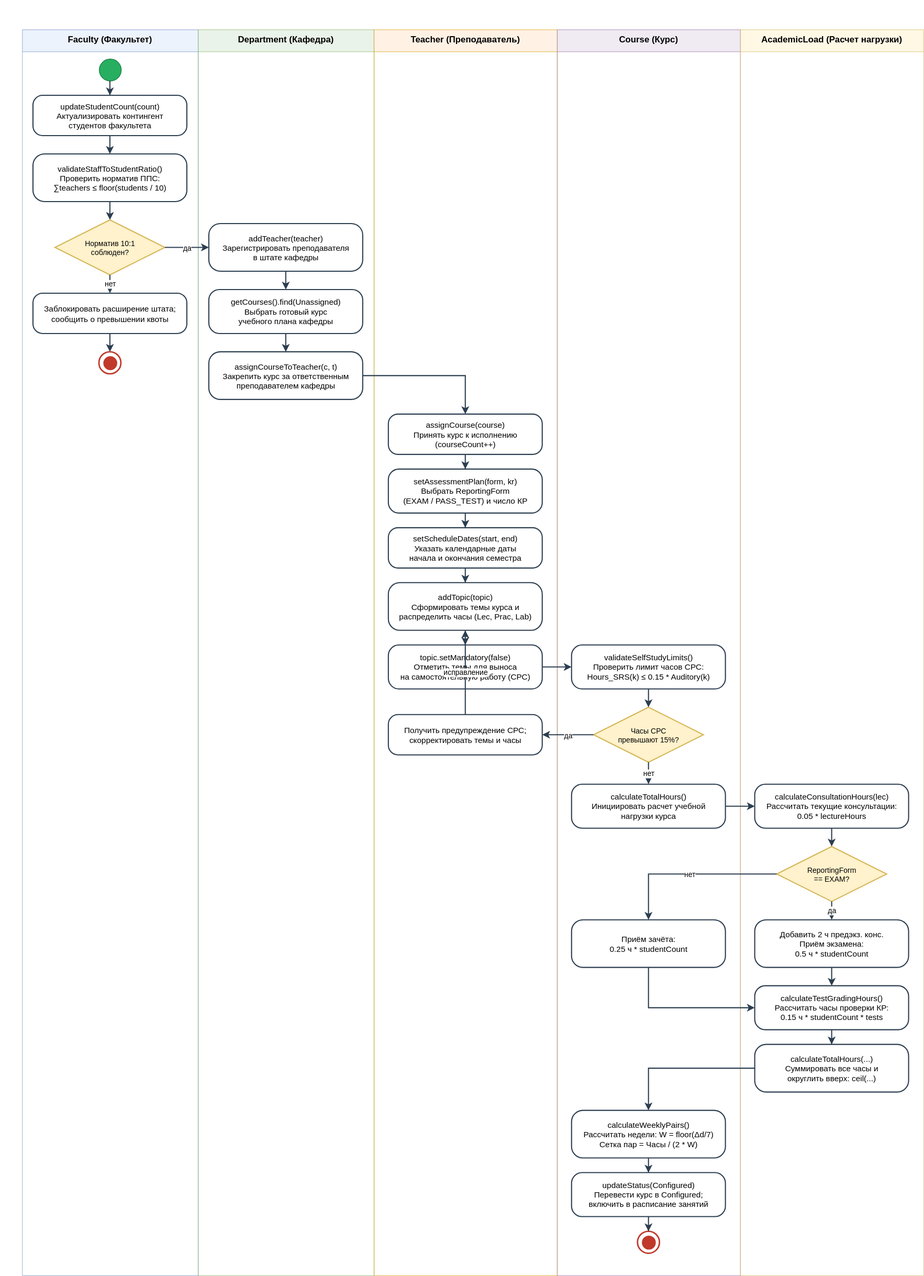
Above: lab-3/activity_diagram.drawio.svg in NomenConservandum/informational-systems-and-design-lab-exercises (draw.io), before the change. Source tidied: cells renumbered, new cells last; positions are measured from the earlier drawing's top-left corner, leaving out a move shared by most shapes.
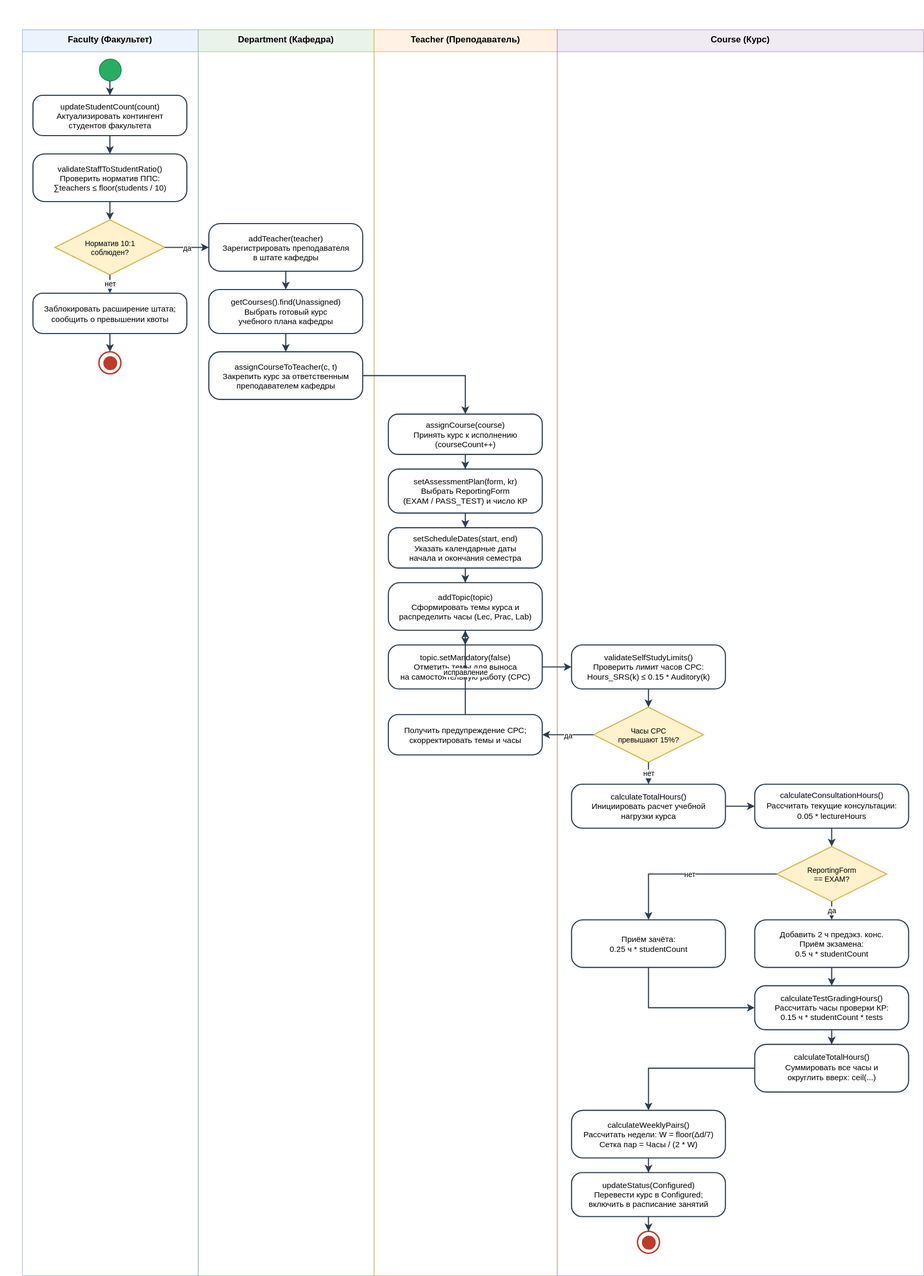
After the commit.

What changed in the source:
```diff
@@ -15,11 +15,8 @@
       <mxGeometry x="510" y="40" width="250" height="1700" as="geometry" />
     </mxCell>
     <mxCell id="6" value="Course (Курс)" style="swimlane;startSize=30;fontStyle=1;align=center;verticalAlign=top;horizontal=1;html=0;fillColor=#e1d5e7;strokeColor=#9673a6;opacity=50;fontFamily=Helvetica;fontSize=12;" parent="1" vertex="1">
-      <mxGeometry x="760" y="40" width="250" height="1700" as="geometry" />
+      <mxGeometry x="760" y="40" width="500" height="1700" as="geometry" />
     </mxCell>
-    <mxCell id="7" value="AcademicLoad (Расчет нагрузки)" style="swimlane;startSize=30;fontStyle=1;align=center;verticalAlign=top;horizontal=1;html=0;fillColor=#fff2cc;strokeColor=#d6b656;opacity=50;fontFamily=Helvetica;fontSize=12;" parent="1" vertex="1">
-      <mxGeometry x="1010" y="40" width="250" height="1700" as="geometry" />
-    </mxCell>
     <mxCell id="8" style="ellipse;fillColor=#27AE60;strokeColor=#1E8449;" parent="1" vertex="1">
       <mxGeometry x="135" y="80" width="30" height="30" as="geometry" />
     </mxCell>
@@ -77,7 +74,7 @@
     <mxCell id="26" value="calculateTotalHours()&#10;Инициировать расчет учебной&#10;нагрузки курса" style="rounded=1;whiteSpace=wrap;html=0;arcSize=24;fillColor=#ffffff;strokeColor=#2C3E50;strokeWidth=1.5;fontFamily=Helvetica;fontSize=11;align=center;" parent="1" vertex="1">
       <mxGeometry x="780" y="1070" width="210" height="60" as="geometry" />
     </mxCell>
-    <mxCell id="27" value="calculateConsultationHours(lec)&#10;Рассчитать текущие консультации:&#10;0.05 * lectureHours" style="rounded=1;whiteSpace=wrap;html=0;arcSize=24;fillColor=#ffffff;strokeColor=#2C3E50;strokeWidth=1.5;fontFamily=Helvetica;fontSize=11;align=center;" parent="1" vertex="1">
+    <mxCell id="27" value="calculateConsultationHours()&#10;Рассчитать текущие консультации:&#10;0.05 * lectureHours" style="rounded=1;whiteSpace=wrap;html=0;arcSize=24;fillColor=#ffffff;strokeColor=#2C3E50;strokeWidth=1.5;fontFamily=Helvetica;fontSize=11;align=center;" parent="1" vertex="1">
       <mxGeometry x="1030" y="1070" width="210" height="60" as="geometry" />
     </mxCell>
     <mxCell id="28" value="ReportingForm&#10;== EXAM?" style="rhombus;whiteSpace=wrap;html=0;fillColor=#fff2cc;strokeColor=#d6b656;strokeWidth=1.5;fontFamily=Helvetica;fontSize=10;align=center;" parent="1" vertex="1">
@@ -92,7 +89,7 @@
     <mxCell id="31" value="calculateTestGradingHours()&#10;Рассчитать часы проверки КР:&#10;0.15 ч * studentCount * tests" style="rounded=1;whiteSpace=wrap;html=0;arcSize=24;fillColor=#ffffff;strokeColor=#2C3E50;strokeWidth=1.5;fontFamily=Helvetica;fontSize=11;align=center;" parent="1" vertex="1">
       <mxGeometry x="1030" y="1345" width="210" height="60" as="geometry" />
     </mxCell>
-    <mxCell id="32" value="calculateTotalHours(...)&#10;Суммировать все часы и&#10;округлить вверх: ceil(...)" style="rounded=1;whiteSpace=wrap;html=0;arcSize=24;fillColor=#ffffff;strokeColor=#2C3E50;strokeWidth=1.5;fontFamily=Helvetica;fontSize=11;align=center;" parent="1" vertex="1">
+    <mxCell id="32" value="calculateTotalHours()&#10;Суммировать все часы и&#10;округлить вверх: ceil(...)" style="rounded=1;whiteSpace=wrap;html=0;arcSize=24;fillColor=#ffffff;strokeColor=#2C3E50;strokeWidth=1.5;fontFamily=Helvetica;fontSize=11;align=center;" parent="1" vertex="1">
       <mxGeometry x="1030" y="1425" width="210" height="65" as="geometry" />
     </mxCell>
     <mxCell id="33" value="calculateWeeklyPairs()&#10;Рассчитать недели: W = floor(Δd/7)&#10;Сетка пар = Часы / (2 * W)" style="rounded=1;whiteSpace=wrap;html=0;arcSize=24;fillColor=#ffffff;strokeColor=#2C3E50;strokeWidth=1.5;fontFamily=Helvetica;fontSize=11;align=center;" parent="1" vertex="1">
```
